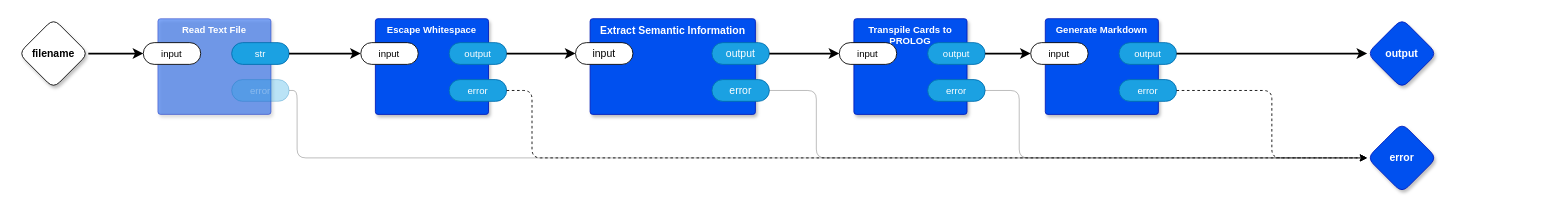
guitarvydas/kinopio2md keeps this draw.io diagram as page "main" (1 of 12) of top.drawio. Above is the earlier version. Source tidied: cells renumbered, new cells numbered last; positions are measured from the earlier drawing's top-left corner, leaving out a move shared by most shapes. Both pictures are drawn from the tidied source at 87%, with x=0, y=0 at pixel (18, 18).
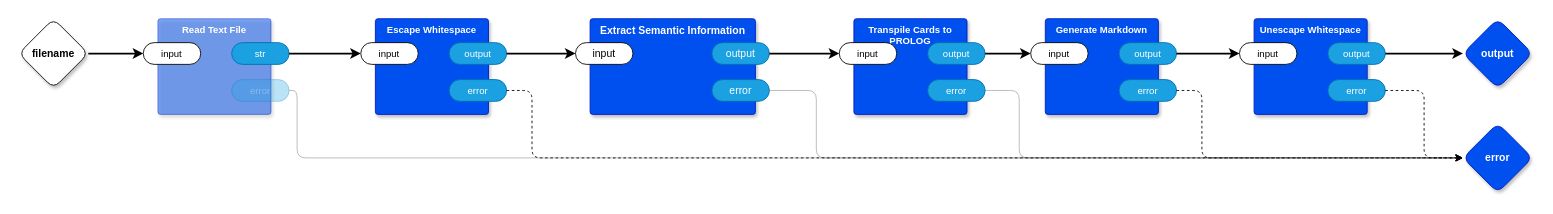
After the change.

Unchanged cells that the change refers to:
```xml
<mxCell id="24" value="output" style="rounded=1;whiteSpace=wrap;html=1;sketch=0;points=[[0,0.5,0,0,0],[1,0.5,0,0,0]];fillColor=#1ba1e2;fontColor=#ffffff;strokeColor=#006EAF;arcSize=50;fontFamily=Helvetica;fontSize=11;" parent="22" vertex="1">
  <mxGeometry x="84.8" y="27.5" width="66" height="25" as="geometry" />
</mxCell>
<mxCell id="25" value="error" style="rounded=1;whiteSpace=wrap;html=1;sketch=0;points=[[0,0.5,0,0,0],[1,0.5,0,0,0]];fillColor=#1ba1e2;fontColor=#ffffff;strokeColor=#006EAF;arcSize=50;fontFamily=Helvetica;fontSize=11;" parent="22" vertex="1">
  <mxGeometry x="84.8" y="70" width="66" height="25" as="geometry" />
</mxCell>
```

Diff of the diagram source:
```diff
@@
     <mxCell id="4" value="output" style="rhombus;whiteSpace=wrap;html=1;rounded=1;fillColor=#0050ef;fontColor=#ffffff;strokeColor=#001DBC;fontStyle=1;glass=0;sketch=0;fontSize=12;points=[[0,0.5,0,0,0],[0.5,0,0,0,0],[0.5,1,0,0,0],[1,0.5,0,0,0]];shadow=1;" parent="1" vertex="1">
-      <mxGeometry x="1550" width="80" height="80" as="geometry" />
+      <mxGeometry x="1660" width="80" height="80" as="geometry" />
     </mxCell>
@@
     <mxCell id="9" value="error" style="rhombus;whiteSpace=wrap;html=1;rounded=1;fillColor=#0050ef;fontColor=#ffffff;strokeColor=#001DBC;fontStyle=1;glass=0;sketch=0;fontSize=12;points=[[0,0.5,0,0,0],[0.5,0,0,0,0],[0.5,1,0,0,0],[1,0.5,0,0,0]];shadow=1;" parent="1" vertex="1">
-      <mxGeometry x="1550" y="120" width="80" height="80" as="geometry" />
+      <mxGeometry x="1660" y="120" width="80" height="80" as="geometry" />
     </mxCell>
@@
-    <mxCell id="27" style="edgeStyle=orthogonalEdgeStyle;shape=connector;rounded=1;jettySize=auto;html=1;exitX=1;exitY=0.5;exitDx=0;exitDy=0;exitPerimeter=0;entryX=0;entryY=0.5;entryDx=0;entryDy=0;entryPerimeter=0;labelBackgroundColor=default;strokeColor=default;fontFamily=Helvetica;fontSize=11;fontColor=default;endArrow=classic;strokeWidth=2;" parent="1" edge="1" source="24" target="4">
+    <mxCell id="27" style="edgeStyle=orthogonalEdgeStyle;shape=connector;rounded=1;jettySize=auto;html=1;exitX=1;exitY=0.5;exitDx=0;exitDy=0;exitPerimeter=0;entryX=0;entryY=0.5;entryDx=0;entryDy=0;entryPerimeter=0;labelBackgroundColor=default;strokeColor=default;fontFamily=Helvetica;fontSize=11;fontColor=default;endArrow=classic;strokeWidth=2;" parent="1" edge="1" source="24" target="37">
       <mxGeometry relative="1" as="geometry" />
     </mxCell>
     <mxCell id="28" style="edgeStyle=orthogonalEdgeStyle;shape=connector;rounded=1;jettySize=auto;html=1;exitX=1;exitY=0.5;exitDx=0;exitDy=0;exitPerimeter=0;entryX=0;entryY=0.5;entryDx=0;entryDy=0;entryPerimeter=0;labelBackgroundColor=default;strokeColor=default;fontFamily=Helvetica;fontSize=11;fontColor=default;endArrow=classic;dashed=1;" parent="1" edge="1" source="25" target="9">
-      <mxGeometry relative="1" as="geometry" />
+      <mxGeometry relative="1" as="geometry">
+        <Array as="points">
+          <mxPoint x="1360" y="83" />
+          <mxPoint x="1360" y="160" />
+        </Array>
+      </mxGeometry>
     </mxCell>
@@
+    <mxCell id="36" value="Unescape Whitespace" style="rounded=1;whiteSpace=wrap;html=1;sketch=0;verticalAlign=top;arcSize=6;fontStyle=1;absoluteArcSize=1;shadow=1;strokeColor=#001DBC;fillColor=#0050ef;fontColor=#ffffff;fontFamily=Helvetica;fontSize=11;" parent="1" vertex="1">
+      <mxGeometry x="1420" width="130" height="110" as="geometry" />
+    </mxCell>
+    <mxCell id="37" value="input" style="rounded=1;whiteSpace=wrap;html=1;sketch=0;points=[[0,0.5,0,0,0],[1,0.5,0,0,0]];arcSize=50;fontFamily=Helvetica;fontSize=11;fontColor=default;" parent="36" vertex="1">
+      <mxGeometry x="-16.8" y="27.5" width="66" height="25" as="geometry" />
+    </mxCell>
+    <mxCell id="38" value="output" style="rounded=1;whiteSpace=wrap;html=1;sketch=0;points=[[0,0.5,0,0,0],[1,0.5,0,0,0]];fillColor=#1ba1e2;fontColor=#ffffff;strokeColor=#006EAF;arcSize=50;fontFamily=Helvetica;fontSize=11;" parent="36" vertex="1">
+      <mxGeometry x="84.8" y="27.5" width="66" height="25" as="geometry" />
+    </mxCell>
+    <mxCell id="39" value="error" style="rounded=1;whiteSpace=wrap;html=1;sketch=0;points=[[0,0.5,0,0,0],[1,0.5,0,0,0]];fillColor=#1ba1e2;fontColor=#ffffff;strokeColor=#006EAF;arcSize=50;fontFamily=Helvetica;fontSize=11;" parent="36" vertex="1">
+      <mxGeometry x="84.8" y="70" width="66" height="25" as="geometry" />
+    </mxCell>
+    <mxCell id="40" style="edgeStyle=orthogonalEdgeStyle;rounded=0;jettySize=auto;html=1;exitX=1;exitY=0.5;exitDx=0;exitDy=0;exitPerimeter=0;strokeWidth=2;" parent="1" edge="1" source="38" target="4">
+      <mxGeometry relative="1" as="geometry" />
+    </mxCell>
+    <mxCell id="41" style="edgeStyle=orthogonalEdgeStyle;rounded=1;jettySize=auto;html=1;exitX=1;exitY=0.5;exitDx=0;exitDy=0;exitPerimeter=0;entryX=0;entryY=0.5;entryDx=0;entryDy=0;entryPerimeter=0;dashed=1;" parent="1" edge="1" source="39" target="9">
+      <mxGeometry relative="1" as="geometry" />
+    </mxCell>
```
